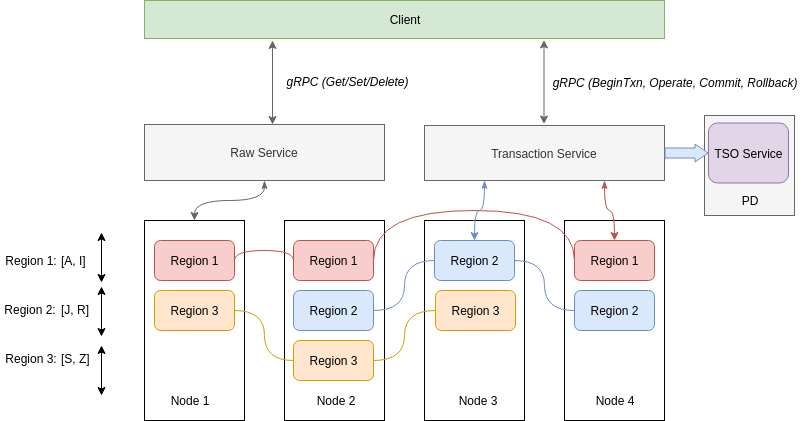
Above: docs/images/mtikv.png in thoainguyen/mtikv (draw.io), before the change. Source tidied: cells renumbered, new cells last; positions are measured from the earlier drawing's top-left corner, leaving out a move shared by most shapes.
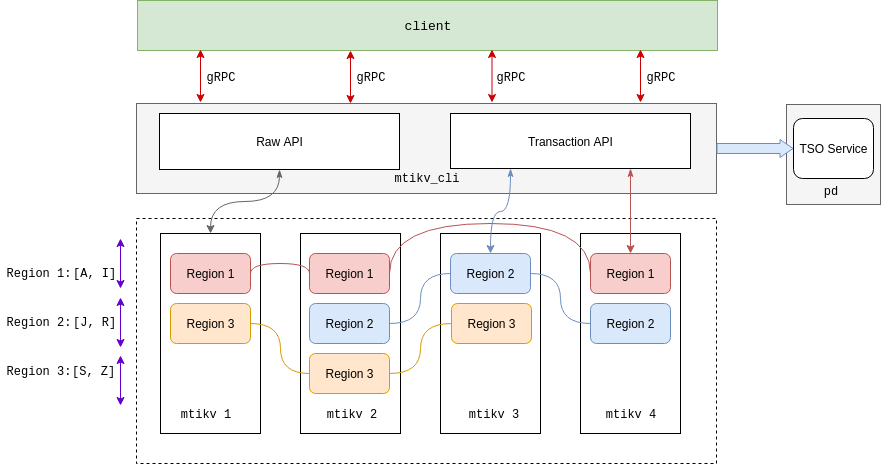
After the change.

The edit, as a diff of the source:
```diff
@@ -2,6 +2,12 @@
   <root>
     <mxCell id="0" />
     <mxCell id="1" parent="0" />
+    <mxCell id="48" style="rounded=0;whiteSpace=wrap;html=1;dashed=1;" parent="1" vertex="1">
+      <mxGeometry x="120" y="205" width="580" height="245" as="geometry" />
+    </mxCell>
+    <mxCell id="49" style="rounded=0;whiteSpace=wrap;html=1;fillColor=#f5f5f5;strokeColor=#666666;fontColor=#333333;" parent="1" vertex="1">
+      <mxGeometry x="120" y="90" width="580" height="90" as="geometry" />
+    </mxCell>
     <mxCell id="2" style="rounded=0;whiteSpace=wrap;html=1;" parent="1" vertex="1">
       <mxGeometry x="144" y="220" width="100" height="200" as="geometry" />
     </mxCell>
@@ -14,10 +20,10 @@
     <mxCell id="5" style="rounded=0;whiteSpace=wrap;html=1;" parent="1" vertex="1">
       <mxGeometry x="564" y="220" width="100" height="200" as="geometry" />
     </mxCell>
-    <mxCell id="6" style="endArrow=classic;startArrow=classic;html=1;" parent="1" edge="1">
+    <mxCell id="6" style="endArrow=classic;startArrow=classic;html=1;strokeColor=#6600CC;fontFamily=Courier New;fontColor=#000000;" parent="1" edge="1">
       <mxGeometry relative="1" as="geometry">
-        <mxPoint x="101" y="282" as="sourcePoint" />
-        <mxPoint x="101" y="232" as="targetPoint" />
+        <mxPoint x="104" y="275" as="sourcePoint" />
+        <mxPoint x="104" y="225" as="targetPoint" />
       </mxGeometry>
     </mxCell>
     <mxCell id="7" value="Region 1" style="rounded=1;whiteSpace=wrap;html=1;fillColor=#f8cecc;strokeColor=#b85450;" parent="1" vertex="1">
@@ -47,41 +53,41 @@
     <mxCell id="15" value="Region 3" style="rounded=1;whiteSpace=wrap;html=1;fillColor=#ffe6cc;strokeColor=#d79b00;" parent="1" vertex="1">
       <mxGeometry x="293" y="340" width="80" height="40" as="geometry" />
     </mxCell>
-    <mxCell id="16" value="Node 1" style="text;html=1;strokeColor=none;fillColor=none;align=center;verticalAlign=middle;whiteSpace=wrap;rounded=0;" parent="1" vertex="1">
+    <mxCell id="16" value="&lt;font face=&quot;Courier New&quot;&gt;mtikv 1&lt;/font&gt;" style="text;html=1;strokeColor=none;fillColor=none;align=center;verticalAlign=middle;whiteSpace=wrap;rounded=0;" parent="1" vertex="1">
       <mxGeometry x="159" y="390" width="60" height="20" as="geometry" />
     </mxCell>
-    <mxCell id="17" value="Node 2" style="text;html=1;strokeColor=none;fillColor=none;align=center;verticalAlign=middle;whiteSpace=wrap;rounded=0;" parent="1" vertex="1">
+    <mxCell id="17" value="&lt;font face=&quot;Courier New&quot;&gt;mtikv 2&lt;/font&gt;" style="text;html=1;strokeColor=none;fillColor=none;align=center;verticalAlign=middle;whiteSpace=wrap;rounded=0;" parent="1" vertex="1">
       <mxGeometry x="305" y="390" width="60" height="20" as="geometry" />
     </mxCell>
-    <mxCell id="18" value="Node 3" style="text;html=1;strokeColor=none;fillColor=none;align=center;verticalAlign=middle;whiteSpace=wrap;rounded=0;" parent="1" vertex="1">
+    <mxCell id="18" value="&lt;font face=&quot;Courier New&quot;&gt;mtikv 3&lt;/font&gt;" style="text;html=1;strokeColor=none;fillColor=none;align=center;verticalAlign=middle;whiteSpace=wrap;rounded=0;" parent="1" vertex="1">
       <mxGeometry x="447" y="390" width="60" height="20" as="geometry" />
     </mxCell>
-    <mxCell id="19" value="Node 4" style="text;html=1;strokeColor=none;fillColor=none;align=center;verticalAlign=middle;whiteSpace=wrap;rounded=0;" parent="1" vertex="1">
+    <mxCell id="19" value="&lt;font face=&quot;Courier New&quot;&gt;mtikv 4&lt;/font&gt;" style="text;html=1;strokeColor=none;fillColor=none;align=center;verticalAlign=middle;whiteSpace=wrap;rounded=0;" parent="1" vertex="1">
       <mxGeometry x="584" y="390" width="60" height="20" as="geometry" />
     </mxCell>
-    <mxCell id="20" style="endArrow=classic;startArrow=classic;html=1;" parent="1" edge="1">
+    <mxCell id="20" style="endArrow=classic;startArrow=classic;html=1;strokeColor=#6600CC;fontFamily=Courier New;" parent="1" edge="1">
       <mxGeometry relative="1" as="geometry">
-        <mxPoint x="101" y="336" as="sourcePoint" />
-        <mxPoint x="101" y="286" as="targetPoint" />
+        <mxPoint x="104" y="334" as="sourcePoint" />
+        <mxPoint x="104" y="284" as="targetPoint" />
       </mxGeometry>
     </mxCell>
-    <mxCell id="21" style="endArrow=classic;startArrow=classic;html=1;" parent="1" edge="1">
+    <mxCell id="21" style="endArrow=classic;startArrow=classic;html=1;strokeColor=#6600CC;fontFamily=Courier New;" parent="1" edge="1">
       <mxGeometry relative="1" as="geometry">
-        <mxPoint x="101" y="395" as="sourcePoint" />
-        <mxPoint x="101" y="345" as="targetPoint" />
+        <mxPoint x="104" y="392" as="sourcePoint" />
+        <mxPoint x="104" y="342" as="targetPoint" />
       </mxGeometry>
     </mxCell>
-    <mxCell id="22" value="[A, I]" style="text;html=1;align=left;verticalAlign=top;spacingTop=-4;" parent="1" vertex="1">
-      <mxGeometry x="59" y="251" width="40" height="20" as="geometry" />
+    <mxCell id="22" value="[A, I]" style="text;html=1;align=left;verticalAlign=top;spacingTop=-4;fontFamily=Courier New;" parent="1" vertex="1">
+      <mxGeometry x="55" y="251" width="40" height="20" as="geometry" />
     </mxCell>
-    <mxCell id="23" value="[J, R]" style="text;html=1;align=left;verticalAlign=top;spacingTop=-4;" parent="1" vertex="1">
-      <mxGeometry x="59" y="300" width="40" height="20" as="geometry" />
+    <mxCell id="23" value="[J, R]" style="text;html=1;align=left;verticalAlign=top;spacingTop=-4;fontFamily=Courier New;" parent="1" vertex="1">
+      <mxGeometry x="55" y="300" width="40" height="20" as="geometry" />
     </mxCell>
-    <mxCell id="24" value="[S, Z]" style="text;html=1;align=left;verticalAlign=top;spacingTop=-4;" parent="1" vertex="1">
-      <mxGeometry x="59" y="349" width="40" height="20" as="geometry" />
+    <mxCell id="24" value="[S, Z]" style="text;html=1;align=left;verticalAlign=top;spacingTop=-4;fontFamily=Courier New;" parent="1" vertex="1">
+      <mxGeometry x="54" y="349" width="40" height="20" as="geometry" />
     </mxCell>
-    <mxCell id="25" value="Client" style="rounded=0;whiteSpace=wrap;html=1;fillColor=#d5e8d4;strokeColor=#82b366;" parent="1" vertex="1">
-      <mxGeometry x="144" width="520" height="38" as="geometry" />
+    <mxCell id="25" value="&lt;font face=&quot;Courier New&quot; style=&quot;font-size: 13px&quot;&gt;client&lt;/font&gt;" style="rounded=0;whiteSpace=wrap;html=1;fillColor=#d5e8d4;strokeColor=#82b366;" parent="1" vertex="1">
+      <mxGeometry x="121" y="-13" width="580" height="50" as="geometry" />
     </mxCell>
     <mxCell id="26" style="endArrow=none;html=1;entryX=1;entryY=0.5;entryDx=0;entryDy=0;exitX=0;exitY=0.5;exitDx=0;exitDy=0;edgeStyle=orthogonalEdgeStyle;curved=1;fillColor=#f8cecc;strokeColor=#b85450;" parent="1" edge="1" source="8" target="7">
       <mxGeometry relative="1" as="geometry">
@@ -111,14 +117,14 @@
     <mxCell id="31" style="endArrow=none;html=1;entryX=1;entryY=0.5;entryDx=0;entryDy=0;exitX=0;exitY=0.5;exitDx=0;exitDy=0;edgeStyle=orthogonalEdgeStyle;curved=1;fillColor=#ffe6cc;strokeColor=#d79b00;" parent="1" edge="1" source="13" target="15">
       <mxGeometry relative="1" as="geometry" />
     </mxCell>
-    <mxCell id="32" value="Region 1:" style="text;html=1;strokeColor=none;fillColor=none;align=center;verticalAlign=middle;whiteSpace=wrap;rounded=0;" parent="1" vertex="1">
-      <mxGeometry x="1" y="250" width="60" height="20" as="geometry" />
+    <mxCell id="32" value="Region 1:" style="text;html=1;strokeColor=none;fillColor=none;align=center;verticalAlign=middle;whiteSpace=wrap;rounded=0;fontFamily=Courier New;" parent="1" vertex="1">
+      <mxGeometry x="-16" y="250" width="77" height="20" as="geometry" />
     </mxCell>
-    <mxCell id="33" value="Region 2:" style="text;html=1;strokeColor=none;fillColor=none;align=center;verticalAlign=middle;whiteSpace=wrap;rounded=0;" parent="1" vertex="1">
-      <mxGeometry y="299" width="60" height="20" as="geometry" />
+    <mxCell id="33" value="Region 2:" style="text;html=1;strokeColor=none;fillColor=none;align=center;verticalAlign=middle;whiteSpace=wrap;rounded=0;fontFamily=Courier New;" parent="1" vertex="1">
+      <mxGeometry x="-16" y="299" width="76" height="20" as="geometry" />
     </mxCell>
-    <mxCell id="34" value="Region 3:" style="text;html=1;strokeColor=none;fillColor=none;align=center;verticalAlign=middle;whiteSpace=wrap;rounded=0;" parent="1" vertex="1">
-      <mxGeometry x="1" y="348" width="60" height="20" as="geometry" />
+    <mxCell id="34" value="Region 3:" style="text;html=1;strokeColor=none;fillColor=none;align=center;verticalAlign=middle;whiteSpace=wrap;rounded=0;fontFamily=Courier New;" parent="1" vertex="1">
+      <mxGeometry x="-16" y="348" width="77" height="20" as="geometry" />
     </mxCell>
     <mxCell id="35" style="edgeStyle=orthogonalEdgeStyle;curved=1;rounded=0;jettySize=auto;html=1;exitX=0.25;exitY=1;exitDx=0;exitDy=0;entryX=0.5;entryY=0;entryDx=0;entryDy=0;startArrow=classicThin;startFill=1;strokeColor=#6c8ebf;fillColor=#dae8fc;" parent="1" edge="1" source="37" target="9">
       <mxGeometry relative="1" as="geometry" />
@@ -126,44 +132,65 @@
     <mxCell id="36" style="edgeStyle=orthogonalEdgeStyle;curved=1;rounded=0;jettySize=auto;html=1;exitX=0.75;exitY=1;exitDx=0;exitDy=0;startArrow=classicThin;startFill=1;strokeColor=#b85450;fillColor=#f8cecc;" parent="1" edge="1" source="37" target="10">
       <mxGeometry relative="1" as="geometry" />
     </mxCell>
-    <mxCell id="37" value="Transaction Service" style="rounded=0;whiteSpace=wrap;html=1;fillColor=#f5f5f5;strokeColor=#666666;fontColor=#333333;" parent="1" vertex="1">
-      <mxGeometry x="424" y="125" width="240" height="55" as="geometry" />
+    <mxCell id="37" value="Transaction API" style="rounded=0;whiteSpace=wrap;html=1;" parent="1" vertex="1">
+      <mxGeometry x="434" y="100" width="240" height="55" as="geometry" />
     </mxCell>
     <mxCell id="38" style="edgeStyle=orthogonalEdgeStyle;curved=1;rounded=0;jettySize=auto;html=1;exitX=0.5;exitY=1;exitDx=0;exitDy=0;entryX=0.5;entryY=0;entryDx=0;entryDy=0;startArrow=classicThin;startFill=1;fillColor=#f5f5f5;strokeColor=#666666;" parent="1" edge="1" source="39" target="2">
       <mxGeometry relative="1" as="geometry" />
     </mxCell>
-    <mxCell id="39" value="Raw Service" style="rounded=0;whiteSpace=wrap;html=1;fillColor=#f5f5f5;strokeColor=#666666;fontColor=#333333;" parent="1" vertex="1">
-      <mxGeometry x="144" y="124" width="240" height="56" as="geometry" />
+    <mxCell id="39" value="Raw API" style="rounded=0;whiteSpace=wrap;html=1;" parent="1" vertex="1">
+      <mxGeometry x="143" y="100" width="240" height="56" as="geometry" />
     </mxCell>
     <mxCell id="40" style="rounded=0;whiteSpace=wrap;html=1;fillColor=#f5f5f5;strokeColor=#666666;fontColor=#333333;" parent="1" vertex="1">
-      <mxGeometry x="704" y="115" width="90" height="100" as="geometry" />
+      <mxGeometry x="770" y="91" width="94" height="100" as="geometry" />
     </mxCell>
-    <mxCell id="41" value="TSO Service" style="rounded=1;whiteSpace=wrap;html=1;fillColor=#e1d5e7;strokeColor=#9673a6;" parent="1" vertex="1">
-      <mxGeometry x="708" y="122.5" width="80" height="60" as="geometry" />
+    <mxCell id="41" value="TSO Service" style="rounded=1;whiteSpace=wrap;html=1;" parent="1" vertex="1">
+      <mxGeometry x="777" y="105" width="80" height="60" as="geometry" />
     </mxCell>
-    <mxCell id="42" value="PD" style="text;html=1;strokeColor=none;fillColor=none;align=center;verticalAlign=middle;whiteSpace=wrap;rounded=0;" parent="1" vertex="1">
-      <mxGeometry x="729" y="190" width="40" height="20" as="geometry" />
+    <mxCell id="42" value="&lt;font face=&quot;Courier New&quot;&gt;pd&lt;/font&gt;" style="text;html=1;strokeColor=none;fillColor=none;align=center;verticalAlign=middle;whiteSpace=wrap;rounded=0;" parent="1" vertex="1">
+      <mxGeometry x="794" y="167" width="40" height="20" as="geometry" />
     </mxCell>
-    <mxCell id="43" style="shape=flexArrow;endArrow=classic;html=1;entryX=0;entryY=0.5;entryDx=0;entryDy=0;exitX=1;exitY=0.5;exitDx=0;exitDy=0;endWidth=7;endSize=4;fillColor=#dae8fc;strokeColor=#6c8ebf;startSize=3;" parent="1" edge="1" source="37" target="41">
+    <mxCell id="43" style="shape=flexArrow;endArrow=classic;html=1;endWidth=7;endSize=4;fillColor=#dae8fc;strokeColor=#6c8ebf;startSize=3;exitX=1;exitY=0.5;exitDx=0;exitDy=0;entryX=0;entryY=0.5;entryDx=0;entryDy=0;" parent="1" edge="1" source="49" target="41">
       <mxGeometry relative="1" as="geometry" />
     </mxCell>
-    <mxCell id="44" style="endArrow=classic;html=1;fillColor=#f5f5f5;strokeColor=#666666;startArrow=classic;startFill=1;" parent="1" edge="1">
-      <mxGeometry relative="1" as="geometry">
-        <mxPoint x="272" y="40" as="sourcePoint" />
-        <mxPoint x="272" y="124" as="targetPoint" />
-      </mxGeometry>
-    </mxCell>
-    <mxCell id="45" style="endArrow=classic;html=1;fillColor=#f5f5f5;strokeColor=#666666;startArrow=classic;startFill=1;" parent="1" edge="1">
-      <mxGeometry relative="1" as="geometry">
-        <mxPoint x="543.5" y="39.5" as="sourcePoint" />
-        <mxPoint x="543.5" y="123.5" as="targetPoint" />
-      </mxGeometry>
-    </mxCell>
-    <mxCell id="46" value="&lt;i&gt;&lt;font color=&quot;#000000&quot;&gt;gRPC (Get/Set/Delete)&lt;/font&gt;&lt;/i&gt;" style="text;html=1;strokeColor=none;fillColor=none;align=center;verticalAlign=middle;whiteSpace=wrap;rounded=0;fontColor=#999999;" parent="1" vertex="1">
-      <mxGeometry x="266" y="71" width="161" height="20" as="geometry" />
-    </mxCell>
-    <mxCell id="47" value="&lt;i&gt;&lt;font color=&quot;#000000&quot;&gt;gRPC (BeginTxn, Operate, Commit, Rollback)&lt;/font&gt;&lt;/i&gt;" style="text;html=1;strokeColor=none;fillColor=none;align=center;verticalAlign=middle;whiteSpace=wrap;rounded=0;fontColor=#999999;" parent="1" vertex="1">
-      <mxGeometry x="544" y="72" width="260" height="20" as="geometry" />
-    </mxCell>
+    <mxCell id="50" value="&lt;p&gt;&lt;font face=&quot;Courier New&quot; style=&quot;font-size: 12px&quot;&gt;mtikv_cli&lt;/font&gt;&lt;/p&gt;" style="text;html=1;strokeColor=none;fillColor=none;align=center;verticalAlign=middle;whiteSpace=wrap;rounded=0;" parent="1" vertex="1">
+      <mxGeometry x="390" y="154" width="40" height="20" as="geometry" />
+    </mxCell>
+    <mxCell id="51" style="endArrow=classic;startArrow=classic;html=1;entryX=0.5;entryY=1;entryDx=0;entryDy=0;strokeColor=#CC0000;" parent="1" edge="1">
+      <mxGeometry relative="1" as="geometry">
+        <mxPoint x="624" y="89" as="sourcePoint" />
+        <mxPoint x="624" y="36" as="targetPoint" />
+      </mxGeometry>
+    </mxCell>
+    <mxCell id="52" style="endArrow=classic;startArrow=classic;html=1;entryX=0.5;entryY=1;entryDx=0;entryDy=0;strokeColor=#CC0000;" parent="1" edge="1">
+      <mxGeometry relative="1" as="geometry">
+        <mxPoint x="184" y="89" as="sourcePoint" />
+        <mxPoint x="184" y="36" as="targetPoint" />
+      </mxGeometry>
+    </mxCell>
+    <mxCell id="53" style="endArrow=classic;startArrow=classic;html=1;entryX=0.5;entryY=1;entryDx=0;entryDy=0;strokeColor=#CC0000;" parent="1" edge="1">
+      <mxGeometry relative="1" as="geometry">
+        <mxPoint x="475.5" y="89" as="sourcePoint" />
+        <mxPoint x="475.5" y="36" as="targetPoint" />
+      </mxGeometry>
+    </mxCell>
+    <mxCell id="54" style="endArrow=classic;startArrow=classic;html=1;entryX=0.5;entryY=1;entryDx=0;entryDy=0;strokeColor=#CC0000;" parent="1" edge="1">
+      <mxGeometry relative="1" as="geometry">
+        <mxPoint x="334" y="90" as="sourcePoint" />
+        <mxPoint x="334" y="37" as="targetPoint" />
+      </mxGeometry>
+    </mxCell>
+    <mxCell id="55" value="&lt;font face=&quot;Courier New&quot;&gt;gRPC&lt;/font&gt;" style="text;html=1;strokeColor=none;fillColor=none;align=center;verticalAlign=middle;whiteSpace=wrap;rounded=0;dashed=1;" parent="1" vertex="1">
+      <mxGeometry x="324" y="53.5" width="60" height="20" as="geometry" />
+    </mxCell>
+    <mxCell id="56" value="&lt;font face=&quot;Courier New&quot;&gt;gRPC&lt;/font&gt;" style="text;html=1;strokeColor=none;fillColor=none;align=center;verticalAlign=middle;whiteSpace=wrap;rounded=0;dashed=1;" parent="1" vertex="1">
+      <mxGeometry x="464" y="53.5" width="60" height="20" as="geometry" />
+    </mxCell>
+    <mxCell id="57" value="&lt;font face=&quot;Courier New&quot;&gt;gRPC&lt;/font&gt;" style="text;html=1;strokeColor=none;fillColor=none;align=center;verticalAlign=middle;whiteSpace=wrap;rounded=0;dashed=1;" parent="1" vertex="1">
+      <mxGeometry x="614" y="53.5" width="60" height="20" as="geometry" />
+    </mxCell>
+    <mxCell id="58" value="&lt;font face=&quot;Courier New&quot;&gt;gRPC&lt;/font&gt;" style="text;html=1;strokeColor=none;fillColor=none;align=center;verticalAlign=middle;whiteSpace=wrap;rounded=0;dashed=1;" parent="1" vertex="1">
+      <mxGeometry x="174" y="53.5" width="60" height="20" as="geometry" />
+    </mxCell>
   </root>
 </mxGraphModel>
```
